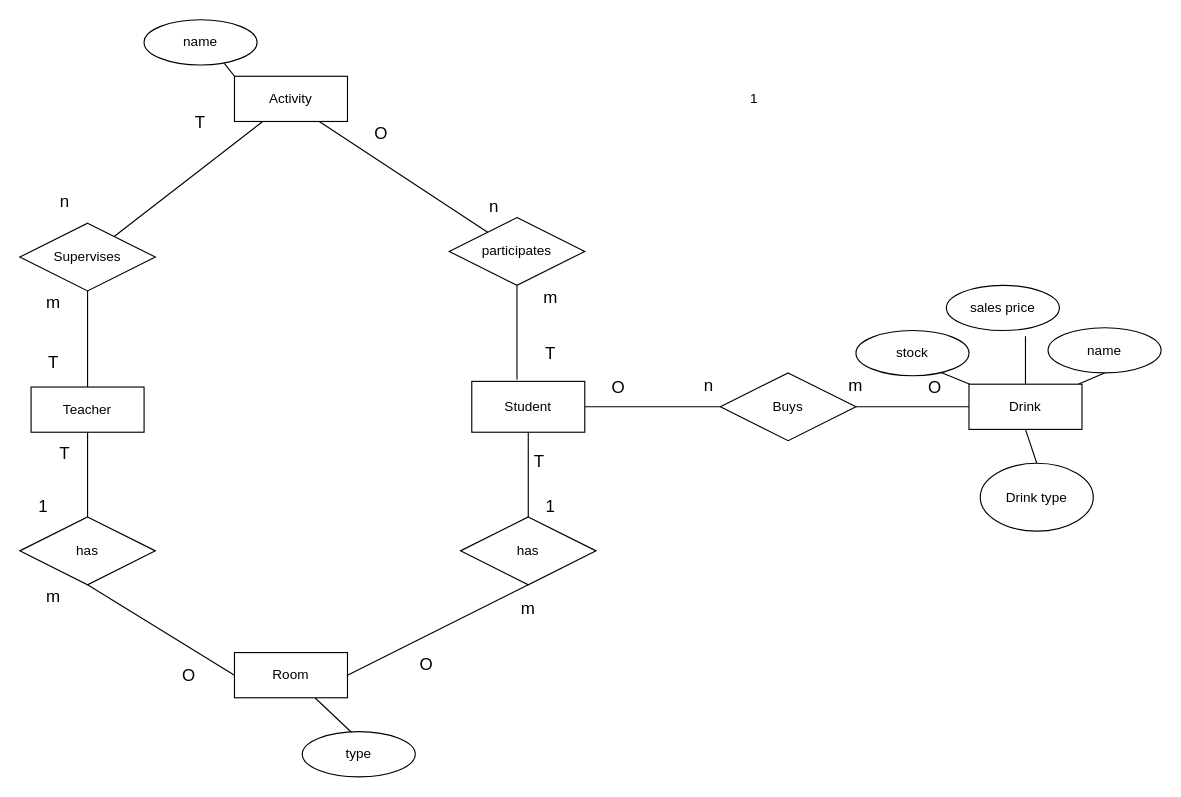
Earlier version of the draw.io diagram Project database.drawio (filippa00/ERD-Projectdatabase). Source tidied: cells renumbered, new cells numbered last; positions are measured from the earlier drawing's top-left corner, leaving out a move shared by most shapes. Both pictures are drawn from the tidied source at 113%, with x=0, y=0 at pixel (19, 19).
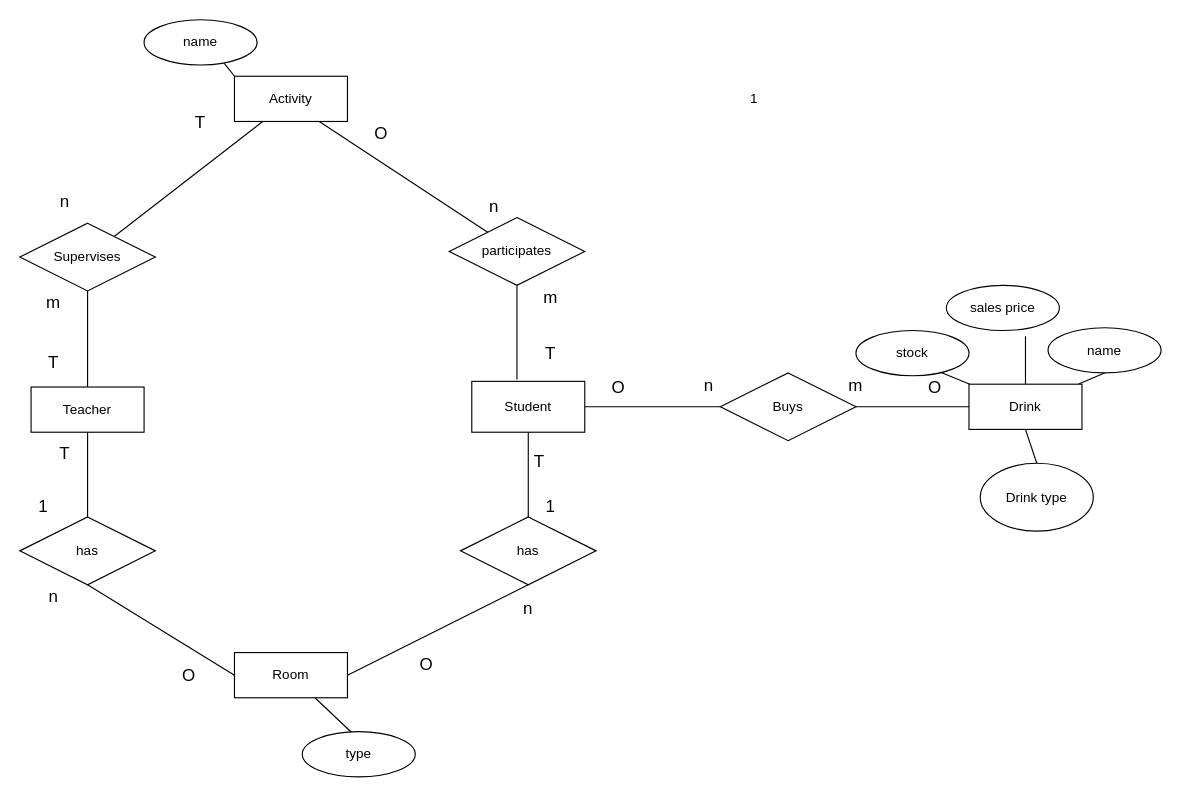
After the change.

What changed in the source:
```diff
@@
-    <mxCell id="44" value="&lt;font style=&quot;font-size: 15px&quot;&gt;m&lt;/font&gt;" style="text;html=1;strokeColor=none;fillColor=none;align=center;verticalAlign=middle;whiteSpace=wrap;rounded=0;" parent="1" vertex="1">
+    <mxCell id="44" value="&lt;span style=&quot;font-size: 15px&quot;&gt;n&lt;/span&gt;" style="text;html=1;strokeColor=none;fillColor=none;align=center;verticalAlign=middle;whiteSpace=wrap;rounded=0;" parent="1" vertex="1">
       <mxGeometry x="10" y="500" width="40" height="20" as="geometry" />
     </mxCell>
@@
-    <mxCell id="46" value="&lt;font style=&quot;font-size: 15px&quot;&gt;m&lt;/font&gt;" style="text;html=1;strokeColor=none;fillColor=none;align=center;verticalAlign=middle;whiteSpace=wrap;rounded=0;" parent="1" vertex="1">
+    <mxCell id="46" value="&lt;span style=&quot;font-size: 15px&quot;&gt;n&lt;/span&gt;" style="text;html=1;strokeColor=none;fillColor=none;align=center;verticalAlign=middle;whiteSpace=wrap;rounded=0;" parent="1" vertex="1">
       <mxGeometry x="430" y="510" width="40" height="20" as="geometry" />
     </mxCell>
```
